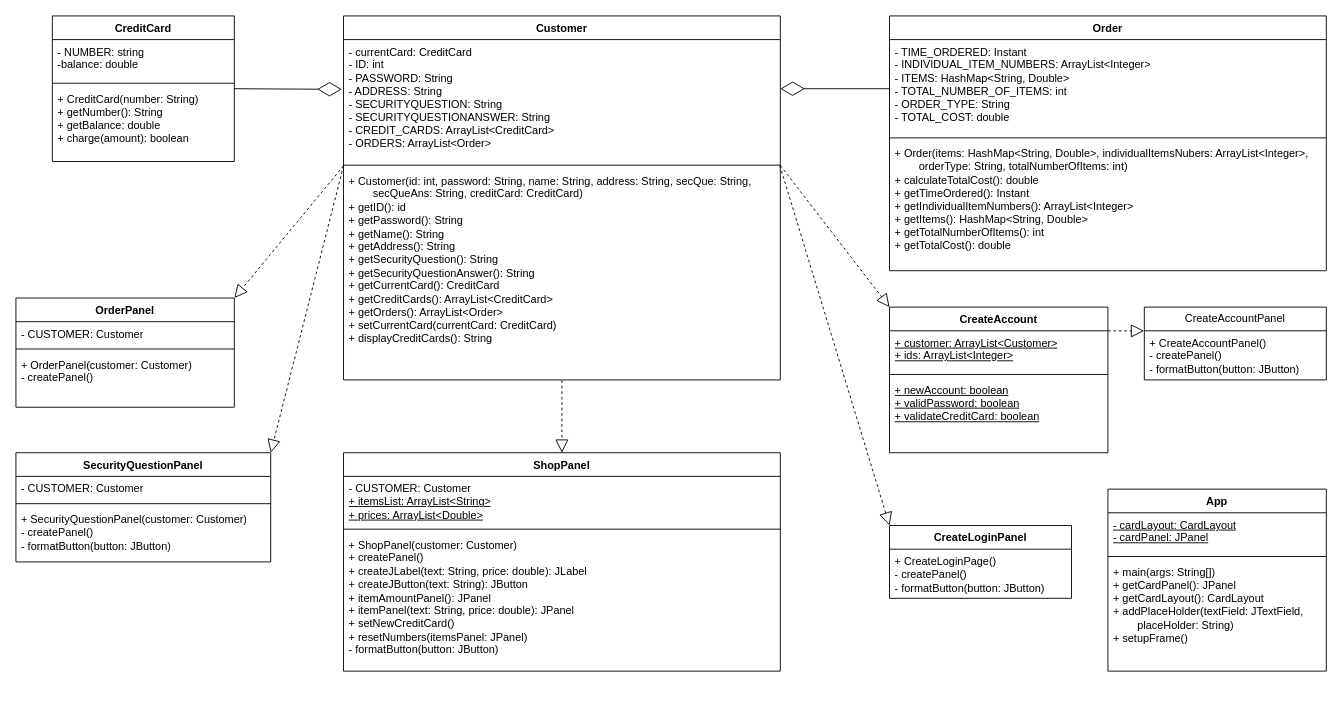
Before: COS_GUI_UML.drawio in crapeter/UMLs, a draw.io diagram. Source tidied: cells renumbered, new cells numbered last; positions are measured from the earlier drawing's top-left corner, leaving out a move shared by most shapes. Both pictures are drawn from the tidied source at 91%, with x=0, y=0 at pixel (15, 15).
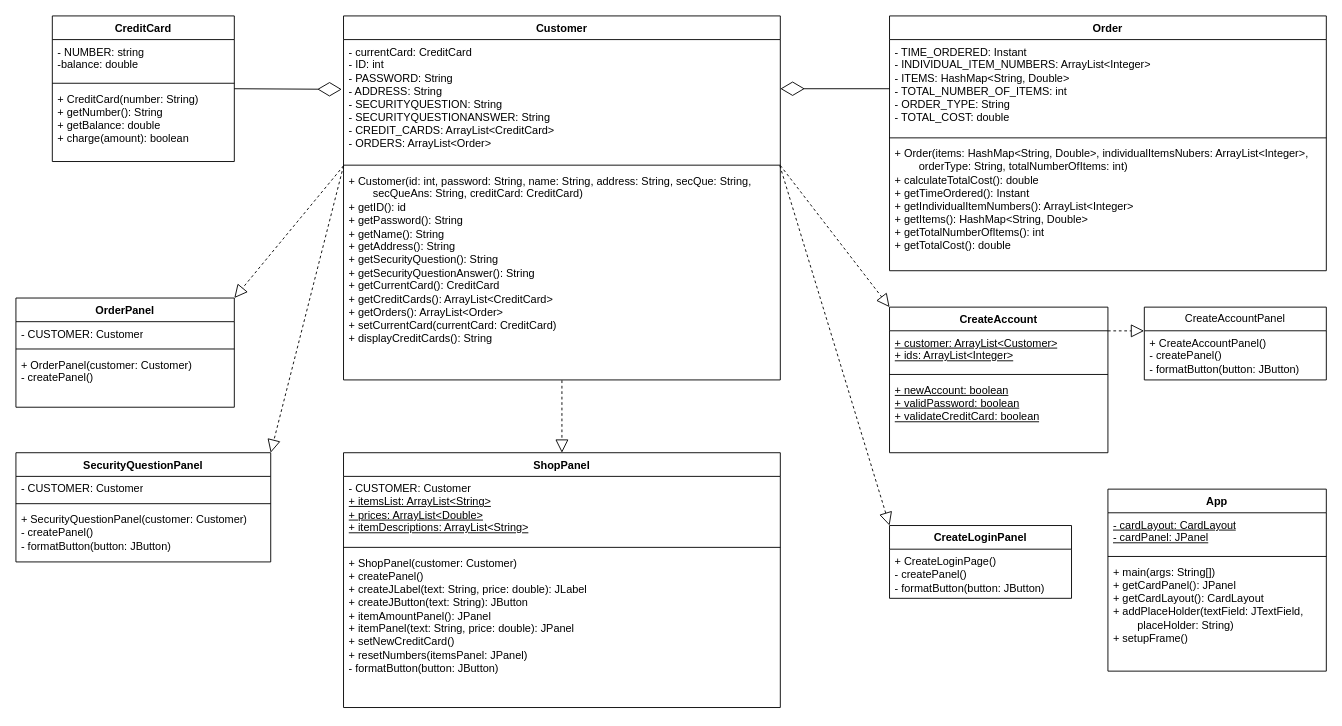
Above is the later version.

What changed in the source:
```diff
@@
     <mxCell id="30" value="ShopPanel" style="swimlane;fontStyle=1;align=center;verticalAlign=top;horizontal=1;startSize=26;whiteSpace=wrap;html=1;" parent="1" vertex="1">
-      <mxGeometry x="360" y="480" width="480" height="240" as="geometry" />
+      <mxGeometry x="360" y="480" width="480" height="280" as="geometry" />
     </mxCell>
-    <mxCell id="31" value="&lt;div&gt;- CUSTOMER: Customer&lt;/div&gt;&lt;div&gt;&lt;u&gt;+ itemsList: ArrayList&amp;lt;String&amp;gt;&lt;br&gt;+ prices: ArrayList&amp;lt;Double&amp;gt;&lt;/u&gt;&lt;br&gt;&lt;/div&gt;" style="text;strokeColor=none;fillColor=none;align=left;verticalAlign=top;spacingLeft=4;spacingRight=4;overflow=hidden;whiteSpace=wrap;html=1;" parent="30" vertex="1">
-      <mxGeometry y="26" width="480" height="54" as="geometry" />
+    <mxCell id="31" value="&lt;div&gt;- CUSTOMER: Customer&lt;/div&gt;&lt;div&gt;&lt;u&gt;+ itemsList: ArrayList&amp;lt;String&amp;gt;&lt;br&gt;+ prices: ArrayList&amp;lt;Double&amp;gt;&lt;br&gt;&lt;/u&gt;&lt;/div&gt;&lt;div&gt;&lt;u&gt;+ itemDescriptions: ArrayList&amp;lt;String&amp;gt;&lt;br&gt;&lt;/u&gt;&lt;/div&gt;" style="text;strokeColor=none;fillColor=none;align=left;verticalAlign=top;spacingLeft=4;spacingRight=4;overflow=hidden;whiteSpace=wrap;html=1;" parent="30" vertex="1">
+      <mxGeometry y="26" width="480" height="74" as="geometry" />
     </mxCell>
     <mxCell id="32" style="line;strokeWidth=1;fillColor=none;align=left;verticalAlign=middle;spacingTop=-1;spacingLeft=3;spacingRight=3;labelPosition=right;strokeColor=inherit;" parent="30" vertex="1">
-      <mxGeometry y="80" width="480" height="8" as="geometry" />
+      <mxGeometry y="100" width="480" height="8" as="geometry" />
     </mxCell>
     <mxCell id="33" value="&lt;div&gt;+ ShopPanel(customer: Customer)&lt;/div&gt;&lt;div&gt;+ createPanel()&lt;/div&gt;&lt;div&gt;+ createJLabel(text: String, price: double): JLabel&lt;/div&gt;&lt;div&gt;+ createJButton(text: String): JButton&lt;/div&gt;&lt;div&gt;+ itemAmountPanel(): JPanel&lt;/div&gt;&lt;div&gt;+ itemPanel(text: String, price: double): JPanel&lt;/div&gt;&lt;div&gt;+ setNewCreditCard()&lt;/div&gt;&lt;div&gt;+ resetNumbers(itemsPanel: JPanel)&lt;/div&gt;&lt;div&gt;- formatButton(button: JButton)&lt;br&gt;&lt;/div&gt;" style="text;strokeColor=none;fillColor=none;align=left;verticalAlign=top;spacingLeft=4;spacingRight=4;overflow=hidden;whiteSpace=wrap;html=1;" parent="30" vertex="1">
-      <mxGeometry y="88" width="480" height="152" as="geometry" />
+      <mxGeometry y="108" width="480" height="172" as="geometry" />
     </mxCell>
```
